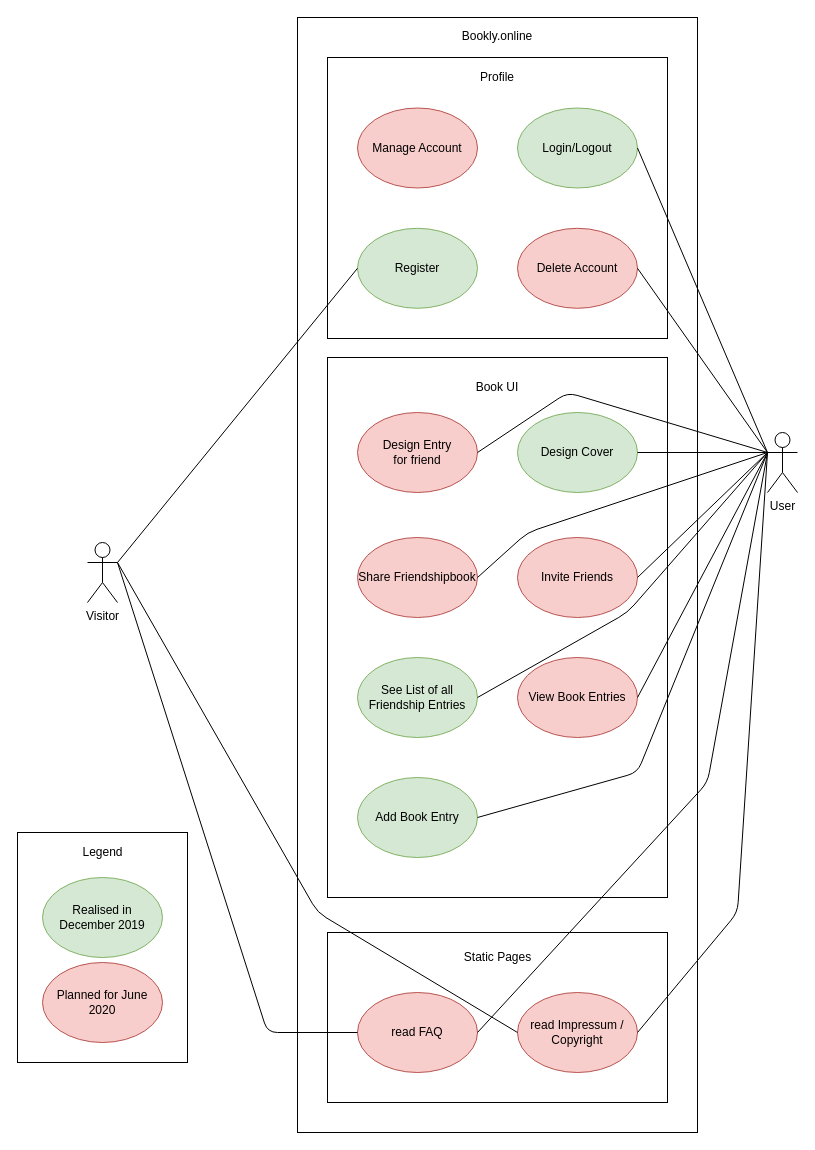
The draw.io diagram design/usecase.drawio in ninjeanne/bookly, before the edit. Source tidied: cells renumbered, new cells numbered last; positions are measured from the earlier drawing's top-left corner, leaving out a move shared by most shapes. Both pictures are drawn from the tidied source at 100%, with x=0, y=0 at pixel (17, 17).
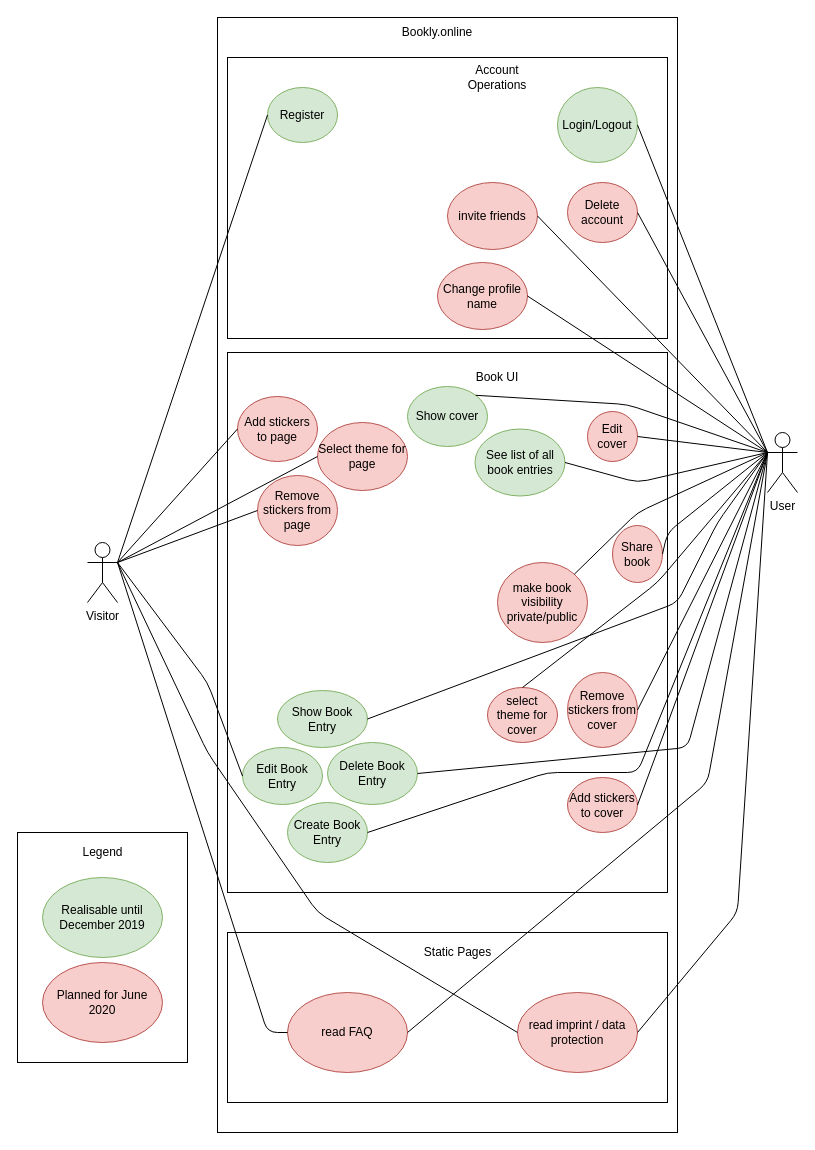
The same page after the edit.

Commit message (it also covers changes not shown here):
update the use case diagram

Unchanged cells that the change refers to:
```xml
<mxCell id="2" value="User" style="shape=umlActor;verticalLabelPosition=bottom;labelBackgroundColor=#ffffff;verticalAlign=top;html=1;outlineConnect=0;" parent="1" vertex="1">
  <mxGeometry x="750" y="415" width="30" height="60" as="geometry" />
</mxCell>
<mxCell id="3" value="Visitor" style="shape=umlActor;verticalLabelPosition=bottom;labelBackgroundColor=#ffffff;verticalAlign=top;html=1;outlineConnect=0;" parent="1" vertex="1">
  <mxGeometry x="70" y="525" width="30" height="60" as="geometry" />
</mxCell>
```

Diff of the diagram source:
```diff
@@
     <mxCell id="4" style="rounded=0;whiteSpace=wrap;html=1;" parent="1" vertex="1">
-      <mxGeometry x="280" width="400" height="1115" as="geometry" />
+      <mxGeometry x="200" width="460" height="1115" as="geometry" />
     </mxCell>
     <mxCell id="5" value="Bookly.online" style="text;html=1;strokeColor=none;fillColor=none;align=center;verticalAlign=middle;whiteSpace=wrap;rounded=0;" parent="1" vertex="1">
-      <mxGeometry x="430" y="9" width="100" height="20" as="geometry" />
+      <mxGeometry x="370" y="5" width="100" height="20" as="geometry" />
     </mxCell>
     <mxCell id="6" style="rounded=0;whiteSpace=wrap;html=1;" parent="1" vertex="1">
-      <mxGeometry x="310" y="40" width="340" height="281" as="geometry" />
+      <mxGeometry x="210" y="40" width="440" height="281" as="geometry" />
     </mxCell>
-    <mxCell id="7" value="Manage Account" style="ellipse;whiteSpace=wrap;html=1;fillColor=#f8cecc;strokeColor=#b85450;" parent="1" vertex="1">
-      <mxGeometry x="340" y="90.5" width="120" height="80" as="geometry" />
-    </mxCell>
-    <mxCell id="8" value="Profile" style="text;html=1;strokeColor=none;fillColor=none;align=center;verticalAlign=middle;whiteSpace=wrap;rounded=0;" parent="1" vertex="1">
+    <mxCell id="8" value="Account Operations" style="text;html=1;strokeColor=none;fillColor=none;align=center;verticalAlign=middle;whiteSpace=wrap;rounded=0;" parent="1" vertex="1">
       <mxGeometry x="440" y="50" width="80" height="20" as="geometry" />
     </mxCell>
     <mxCell id="9" value="Login/Logout" style="ellipse;whiteSpace=wrap;html=1;fillColor=#d5e8d4;strokeColor=#82b366;" parent="1" vertex="1">
-      <mxGeometry x="500" y="90.5" width="120" height="80" as="geometry" />
+      <mxGeometry x="540" y="70" width="80" height="75" as="geometry" />
     </mxCell>
     <mxCell id="10" value="Register" style="ellipse;whiteSpace=wrap;html=1;fillColor=#d5e8d4;strokeColor=#82b366;" parent="1" vertex="1">
-      <mxGeometry x="340" y="210.8" width="120" height="80" as="geometry" />
+      <mxGeometry x="250" y="70" width="70" height="55" as="geometry" />
     </mxCell>
-    <mxCell id="11" value="Delete Account" style="ellipse;whiteSpace=wrap;html=1;fillColor=#f8cecc;strokeColor=#b85450;" parent="1" vertex="1">
-      <mxGeometry x="500" y="210.8" width="120" height="80" as="geometry" />
+    <mxCell id="11" value="Delete account" style="ellipse;whiteSpace=wrap;html=1;fillColor=#f8cecc;strokeColor=#b85450;" parent="1" vertex="1">
+      <mxGeometry x="550" y="165" width="70" height="60" as="geometry" />
     </mxCell>
     <mxCell id="12" style="rounded=0;whiteSpace=wrap;html=1;" parent="1" vertex="1">
-      <mxGeometry x="310" y="340" width="340" height="540" as="geometry" />
+      <mxGeometry x="210" y="335" width="440" height="540" as="geometry" />
     </mxCell>
-    <mxCell id="13" value="Design Entry&lt;br&gt;for friend" style="ellipse;whiteSpace=wrap;html=1;fillColor=#f8cecc;strokeColor=#b85450;" parent="1" vertex="1">
-      <mxGeometry x="340" y="395" width="120" height="80" as="geometry" />
+    <mxCell id="13" value="Add stickers to page" style="ellipse;whiteSpace=wrap;html=1;fillColor=#f8cecc;strokeColor=#b85450;" parent="1" vertex="1">
+      <mxGeometry x="220" y="379" width="80" height="65" as="geometry" />
     </mxCell>
-    <mxCell id="14" value="Design Cover" style="ellipse;whiteSpace=wrap;html=1;fillColor=#d5e8d4;strokeColor=#82b366;" parent="1" vertex="1">
-      <mxGeometry x="500" y="395" width="120" height="80" as="geometry" />
+    <mxCell id="14" value="Edit cover" style="ellipse;whiteSpace=wrap;html=1;fillColor=#f8cecc;strokeColor=#b85450;" parent="1" vertex="1">
+      <mxGeometry x="570" y="394" width="50" height="50" as="geometry" />
     </mxCell>
     <mxCell id="15" value="Book UI" style="text;html=1;strokeColor=none;fillColor=none;align=center;verticalAlign=middle;whiteSpace=wrap;rounded=0;" parent="1" vertex="1">
-      <mxGeometry x="420" y="360" width="120" height="20" as="geometry" />
+      <mxGeometry x="420" y="350" width="120" height="20" as="geometry" />
     </mxCell>
-    <mxCell id="16" value="Share Friendshipbook" style="ellipse;whiteSpace=wrap;html=1;fillColor=#f8cecc;strokeColor=#b85450;" parent="1" vertex="1">
-      <mxGeometry x="340" y="520" width="120" height="80" as="geometry" />
+    <mxCell id="16" value="Share book" style="ellipse;whiteSpace=wrap;html=1;fillColor=#f8cecc;strokeColor=#b85450;" parent="1" vertex="1">
+      <mxGeometry x="595" y="508" width="50" height="57" as="geometry" />
     </mxCell>
-    <mxCell id="17" value="Invite Friends" style="ellipse;whiteSpace=wrap;html=1;fillColor=#f8cecc;strokeColor=#b85450;" parent="1" vertex="1">
-      <mxGeometry x="500" y="520" width="120" height="80" as="geometry" />
-    </mxCell>
-    <mxCell id="18" value="View Book Entries" style="ellipse;whiteSpace=wrap;html=1;fillColor=#f8cecc;strokeColor=#b85450;" parent="1" vertex="1">
-      <mxGeometry x="500" y="640" width="120" height="80" as="geometry" />
-    </mxCell>
@@
-    <mxCell id="20" value="Realised in December 2019" style="ellipse;whiteSpace=wrap;html=1;fillColor=#d5e8d4;strokeColor=#82b366;" parent="1" vertex="1">
+    <mxCell id="20" value="Realisable until December 2019" style="ellipse;whiteSpace=wrap;html=1;fillColor=#d5e8d4;strokeColor=#82b366;" parent="1" vertex="1">
       <mxGeometry x="25" y="860" width="120" height="80" as="geometry" />
     </mxCell>
@@
-    <mxCell id="23" value="See List of all Friendship Entries" style="ellipse;whiteSpace=wrap;html=1;fillColor=#d5e8d4;strokeColor=#82b366;" parent="1" vertex="1">
-      <mxGeometry x="340" y="640" width="120" height="80" as="geometry" />
+    <mxCell id="23" value="See list of all book entries" style="ellipse;whiteSpace=wrap;html=1;fillColor=#d5e8d4;strokeColor=#82b366;" parent="1" vertex="1">
+      <mxGeometry x="457.5" y="411.5" width="90" height="67" as="geometry" />
     </mxCell>
-    <mxCell id="24" value="Add Book Entry" style="ellipse;whiteSpace=wrap;html=1;fillColor=#d5e8d4;strokeColor=#82b366;" parent="1" vertex="1">
-      <mxGeometry x="340" y="760" width="120" height="80" as="geometry" />
+    <mxCell id="24" value="Create Book Entry" style="ellipse;whiteSpace=wrap;html=1;fillColor=#d5e8d4;strokeColor=#82b366;" parent="1" vertex="1">
+      <mxGeometry x="270" y="785" width="80" height="60" as="geometry" />
     </mxCell>
     <mxCell id="25" style="rounded=0;whiteSpace=wrap;html=1;" parent="1" vertex="1">
-      <mxGeometry x="310" y="915" width="340" height="170" as="geometry" />
+      <mxGeometry x="210" y="915" width="440" height="170" as="geometry" />
     </mxCell>
     <mxCell id="26" value="Static Pages" style="text;html=1;strokeColor=none;fillColor=none;align=center;verticalAlign=middle;whiteSpace=wrap;rounded=0;" parent="1" vertex="1">
-      <mxGeometry x="437.5" y="930" width="85" height="20" as="geometry" />
+      <mxGeometry x="397.5" y="925" width="85" height="20" as="geometry" />
     </mxCell>
     <mxCell id="27" value="read FAQ" style="ellipse;whiteSpace=wrap;html=1;fillColor=#f8cecc;strokeColor=#b85450;" parent="1" vertex="1">
-      <mxGeometry x="340" y="975" width="120" height="80" as="geometry" />
+      <mxGeometry x="270" y="975" width="120" height="80" as="geometry" />
     </mxCell>
-    <mxCell id="28" value="read Impressum / Copyright" style="ellipse;whiteSpace=wrap;html=1;fillColor=#f8cecc;strokeColor=#b85450;" parent="1" vertex="1">
+    <mxCell id="28" value="read imprint / data protection" style="ellipse;whiteSpace=wrap;html=1;fillColor=#f8cecc;strokeColor=#b85450;" parent="1" vertex="1">
       <mxGeometry x="500" y="975" width="120" height="80" as="geometry" />
     </mxCell>
@@
     <mxCell id="30" style="endArrow=none;html=1;entryX=0;entryY=0.5;entryDx=0;entryDy=0;exitX=1;exitY=0.3333333333333333;exitDx=0;exitDy=0;exitPerimeter=0;endFill=0;" parent="1" edge="1" source="3" target="28">
       <mxGeometry relative="1" as="geometry">
         <Array as="points">
+          <mxPoint x="190" y="735" />
           <mxPoint x="300" y="895" />
         </Array>
       </mxGeometry>
     </mxCell>
@@
-    <mxCell id="35" style="endArrow=none;html=1;exitX=0;exitY=0.3333333333333333;exitDx=0;exitDy=0;exitPerimeter=0;entryX=1;entryY=0.5;entryDx=0;entryDy=0;endFill=0;" parent="1" edge="1" source="2" target="13">
-      <mxGeometry relative="1" as="geometry">
-        <Array as="points">
-          <mxPoint x="550" y="375" />
-        </Array>
-      </mxGeometry>
+    <mxCell id="35" style="endArrow=none;html=1;exitX=1;exitY=0.3333333333333333;exitDx=0;exitDy=0;exitPerimeter=0;entryX=0;entryY=0.5;entryDx=0;entryDy=0;endFill=0;" parent="1" edge="1" source="3" target="13">
+      <mxGeometry relative="1" as="geometry" />
     </mxCell>
-    <mxCell id="36" style="endArrow=none;html=1;entryX=1;entryY=0.5;entryDx=0;entryDy=0;endFill=0;" parent="1" edge="1" target="17">
-      <mxGeometry relative="1" as="geometry">
-        <mxPoint x="750" y="435" as="sourcePoint" />
-      </mxGeometry>
-    </mxCell>
     <mxCell id="37" style="endArrow=none;html=1;entryX=1;entryY=0.5;entryDx=0;entryDy=0;endFill=0;" parent="1" edge="1" target="16">
       <mxGeometry relative="1" as="geometry">
         <mxPoint x="750" y="435" as="sourcePoint" />
         <Array as="points">
-          <mxPoint x="510" y="515" />
+          <mxPoint x="650" y="515" />
         </Array>
       </mxGeometry>
     </mxCell>
-    <mxCell id="38" style="endArrow=none;html=1;entryX=1;entryY=0.5;entryDx=0;entryDy=0;endFill=0;" parent="1" edge="1" target="18">
-      <mxGeometry relative="1" as="geometry">
-        <mxPoint x="750" y="435" as="sourcePoint" />
-      </mxGeometry>
-    </mxCell>
     <mxCell id="39" style="endArrow=none;html=1;entryX=1;entryY=0.5;entryDx=0;entryDy=0;endFill=0;" parent="1" edge="1" target="23">
       <mxGeometry relative="1" as="geometry">
         <mxPoint x="750" y="435" as="sourcePoint" />
         <Array as="points">
-          <mxPoint x="610" y="595" />
+          <mxPoint x="620" y="465" />
         </Array>
       </mxGeometry>
     </mxCell>
     <mxCell id="40" style="endArrow=none;html=1;entryX=1;entryY=0.5;entryDx=0;entryDy=0;endFill=0;" parent="1" edge="1" target="24">
       <mxGeometry relative="1" as="geometry">
         <mxPoint x="750" y="435" as="sourcePoint" />
         <Array as="points">
           <mxPoint x="620" y="755" />
+          <mxPoint x="530" y="755" />
         </Array>
       </mxGeometry>
     </mxCell>
@@
+    <mxCell id="43" style="edgeStyle=orthogonalEdgeStyle;rounded=0;orthogonalLoop=1;jettySize=auto;html=1;exitX=0.5;exitY=1;exitDx=0;exitDy=0;" parent="1" edge="1" source="6" target="6">
+      <mxGeometry relative="1" as="geometry" />
+    </mxCell>
+    <mxCell id="44" value="Add stickers to cover" style="ellipse;whiteSpace=wrap;html=1;fillColor=#f8cecc;strokeColor=#b85450;" parent="1" vertex="1">
+      <mxGeometry x="550" y="760" width="70" height="55" as="geometry" />
+    </mxCell>
+    <mxCell id="45" value="Edit Book Entry" style="ellipse;whiteSpace=wrap;html=1;fillColor=#d5e8d4;strokeColor=#82b366;" parent="1" vertex="1">
+      <mxGeometry x="225" y="730" width="80" height="57" as="geometry" />
+    </mxCell>
+    <mxCell id="46" style="endArrow=none;html=1;entryX=0;entryY=0.5;entryDx=0;entryDy=0;exitX=1;exitY=0.3333333333333333;exitDx=0;exitDy=0;exitPerimeter=0;endFill=0;" parent="1" edge="1" source="3" target="45">
+      <mxGeometry relative="1" as="geometry">
+        <Array as="points">
+          <mxPoint x="190" y="665" />
+        </Array>
+      </mxGeometry>
+    </mxCell>
+    <mxCell id="47" value="Delete Book Entry" style="ellipse;whiteSpace=wrap;html=1;fillColor=#d5e8d4;strokeColor=#82b366;" parent="1" vertex="1">
+      <mxGeometry x="310" y="725" width="90" height="62" as="geometry" />
+    </mxCell>
+    <mxCell id="48" style="endArrow=none;html=1;exitX=0;exitY=0.3333333333333333;exitDx=0;exitDy=0;exitPerimeter=0;entryX=1;entryY=0.5;entryDx=0;entryDy=0;endFill=0;" parent="1" edge="1" source="2" target="47">
+      <mxGeometry relative="1" as="geometry">
+        <Array as="points">
+          <mxPoint x="670" y="730" />
+        </Array>
+      </mxGeometry>
+    </mxCell>
+    <mxCell id="49" value="Show Book Entry" style="ellipse;whiteSpace=wrap;html=1;fillColor=#d5e8d4;strokeColor=#82b366;" parent="1" vertex="1">
+      <mxGeometry x="260" y="673" width="90" height="57" as="geometry" />
+    </mxCell>
+    <mxCell id="50" value="Show cover" style="ellipse;whiteSpace=wrap;html=1;fillColor=#d5e8d4;strokeColor=#82b366;" parent="1" vertex="1">
+      <mxGeometry x="390" y="369" width="80" height="60" as="geometry" />
+    </mxCell>
+    <mxCell id="51" style="endArrow=none;html=1;exitX=0;exitY=0.3333333333333333;exitDx=0;exitDy=0;exitPerimeter=0;entryX=1;entryY=0;entryDx=0;entryDy=0;endFill=0;" parent="1" edge="1" source="2" target="50">
+      <mxGeometry relative="1" as="geometry">
+        <Array as="points">
+          <mxPoint x="610" y="387" />
+        </Array>
+      </mxGeometry>
+    </mxCell>
+    <mxCell id="52" style="endArrow=none;html=1;entryX=1;entryY=0.5;entryDx=0;entryDy=0;endFill=0;exitX=0;exitY=0.3333333333333333;exitDx=0;exitDy=0;exitPerimeter=0;" parent="1" edge="1" source="2" target="49">
+      <mxGeometry relative="1" as="geometry">
+        <Array as="points">
+          <mxPoint x="700" y="505" />
+          <mxPoint x="660" y="585" />
+        </Array>
+      </mxGeometry>
+    </mxCell>
+    <mxCell id="53" style="endArrow=none;html=1;exitX=0;exitY=0.3333333333333333;exitDx=0;exitDy=0;exitPerimeter=0;entryX=1;entryY=0.5;entryDx=0;entryDy=0;endFill=0;" parent="1" edge="1" source="2" target="44">
+      <mxGeometry relative="1" as="geometry" />
+    </mxCell>
+    <mxCell id="54" value="Change profile name" style="ellipse;whiteSpace=wrap;html=1;fillColor=#f8cecc;strokeColor=#b85450;" parent="1" vertex="1">
+      <mxGeometry x="420" y="245" width="90" height="67" as="geometry" />
+    </mxCell>
+    <mxCell id="55" style="endArrow=none;html=1;exitX=0;exitY=0.3333333333333333;exitDx=0;exitDy=0;exitPerimeter=0;entryX=1;entryY=0.5;entryDx=0;entryDy=0;endFill=0;" parent="1" edge="1" source="2" target="54">
+      <mxGeometry relative="1" as="geometry" />
+    </mxCell>
+    <mxCell id="56" value="make book visibility private/public" style="ellipse;whiteSpace=wrap;html=1;fillColor=#f8cecc;strokeColor=#b85450;" parent="1" vertex="1">
+      <mxGeometry x="480" y="545" width="90" height="80" as="geometry" />
+    </mxCell>
+    <mxCell id="57" style="endArrow=none;html=1;exitX=0;exitY=0.3333333333333333;exitDx=0;exitDy=0;exitPerimeter=0;entryX=1;entryY=0;entryDx=0;entryDy=0;endFill=0;" parent="1" edge="1" source="2" target="56">
+      <mxGeometry relative="1" as="geometry">
+        <Array as="points">
+          <mxPoint x="620" y="495" />
+        </Array>
+      </mxGeometry>
+    </mxCell>
+    <mxCell id="58" value="Remove stickers from page" style="ellipse;whiteSpace=wrap;html=1;fillColor=#f8cecc;strokeColor=#b85450;" parent="1" vertex="1">
+      <mxGeometry x="240" y="458" width="80" height="70" as="geometry" />
+    </mxCell>
+    <mxCell id="59" value="Select theme for page" style="ellipse;whiteSpace=wrap;html=1;fillColor=#f8cecc;strokeColor=#b85450;" parent="1" vertex="1">
+      <mxGeometry x="300" y="405" width="90" height="68" as="geometry" />
+    </mxCell>
+    <mxCell id="60" style="endArrow=none;html=1;exitX=1;exitY=0.3333333333333333;exitDx=0;exitDy=0;exitPerimeter=0;endFill=0;entryX=0;entryY=0.5;entryDx=0;entryDy=0;" parent="1" edge="1" source="3" target="58">
+      <mxGeometry relative="1" as="geometry" />
+    </mxCell>
+    <mxCell id="61" style="endArrow=none;html=1;exitX=1;exitY=0.3333333333333333;exitDx=0;exitDy=0;exitPerimeter=0;entryX=0;entryY=0.5;entryDx=0;entryDy=0;endFill=0;" parent="1" edge="1" source="3" target="59">
+      <mxGeometry relative="1" as="geometry" />
+    </mxCell>
+    <mxCell id="62" value="Remove stickers from cover" style="ellipse;whiteSpace=wrap;html=1;fillColor=#f8cecc;strokeColor=#b85450;" parent="1" vertex="1">
+      <mxGeometry x="550" y="655" width="70" height="75" as="geometry" />
+    </mxCell>
+    <mxCell id="63" style="endArrow=none;html=1;exitX=0;exitY=0.3333333333333333;exitDx=0;exitDy=0;exitPerimeter=0;entryX=1;entryY=0.5;entryDx=0;entryDy=0;endFill=0;" parent="1" edge="1" source="2" target="62">
+      <mxGeometry relative="1" as="geometry" />
+    </mxCell>
+    <mxCell id="64" value="select theme for cover" style="ellipse;whiteSpace=wrap;html=1;fillColor=#f8cecc;strokeColor=#b85450;" parent="1" vertex="1">
+      <mxGeometry x="470" y="670" width="70" height="55" as="geometry" />
+    </mxCell>
+    <mxCell id="65" style="endArrow=none;html=1;exitX=0;exitY=0.3333333333333333;exitDx=0;exitDy=0;exitPerimeter=0;entryX=0.5;entryY=0;entryDx=0;entryDy=0;endFill=0;" parent="1" edge="1" source="2" target="64">
+      <mxGeometry relative="1" as="geometry">
+        <Array as="points">
+          <mxPoint x="640" y="565" />
+        </Array>
+      </mxGeometry>
+    </mxCell>
+    <mxCell id="66" value="invite friends" style="ellipse;whiteSpace=wrap;html=1;fillColor=#f8cecc;strokeColor=#b85450;" parent="1" vertex="1">
+      <mxGeometry x="430" y="165" width="90" height="67" as="geometry" />
+    </mxCell>
+    <mxCell id="67" style="endArrow=none;html=1;entryX=1;entryY=0.5;entryDx=0;entryDy=0;exitX=0;exitY=0.3333333333333333;exitDx=0;exitDy=0;exitPerimeter=0;endFill=0;" parent="1" edge="1" source="2" target="66">
+      <mxGeometry relative="1" as="geometry" />
+    </mxCell>
```
